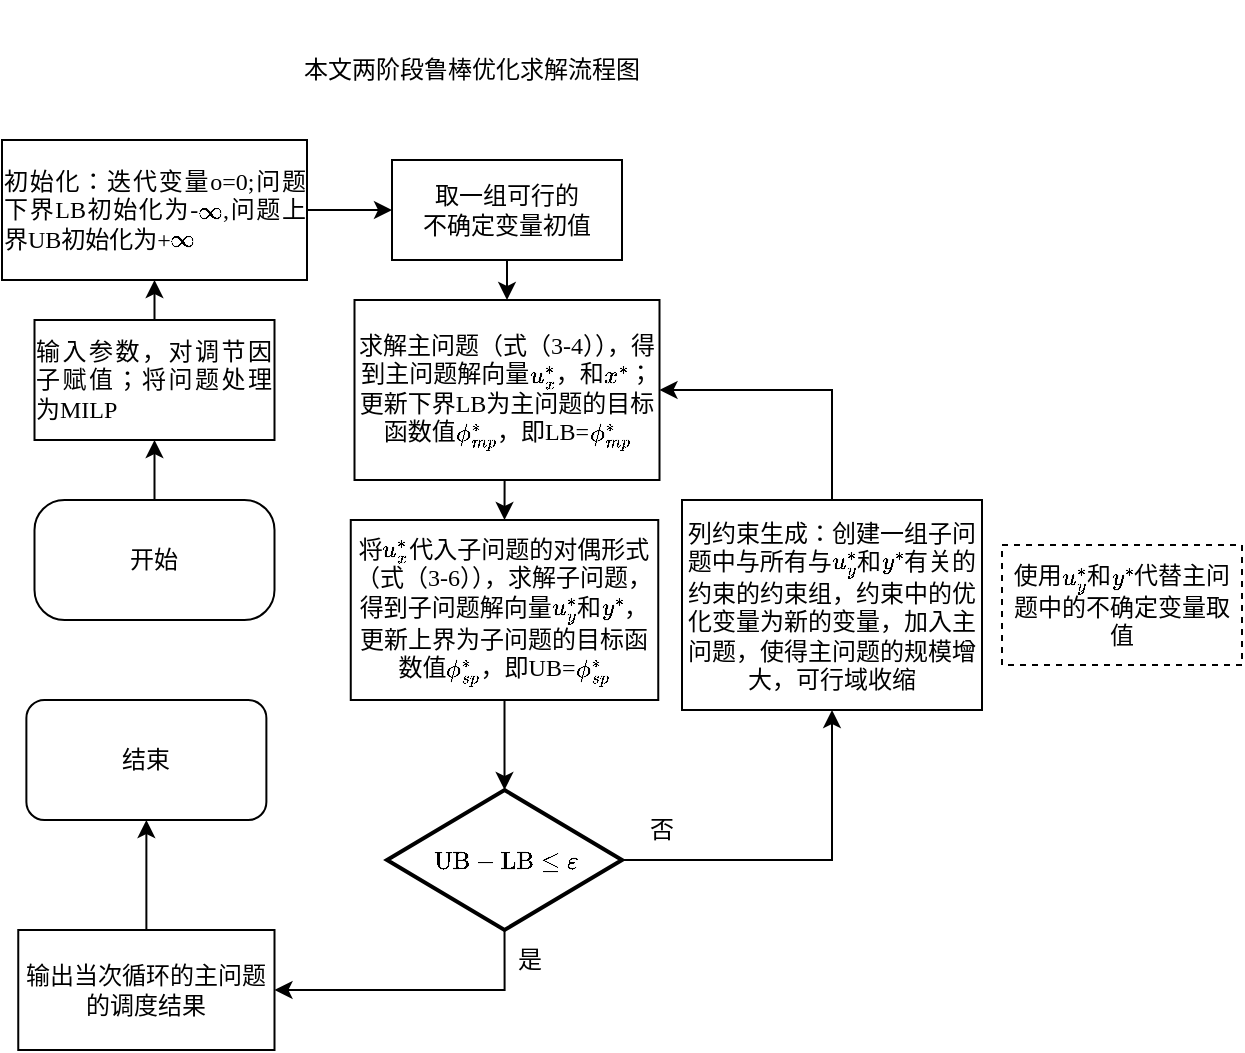
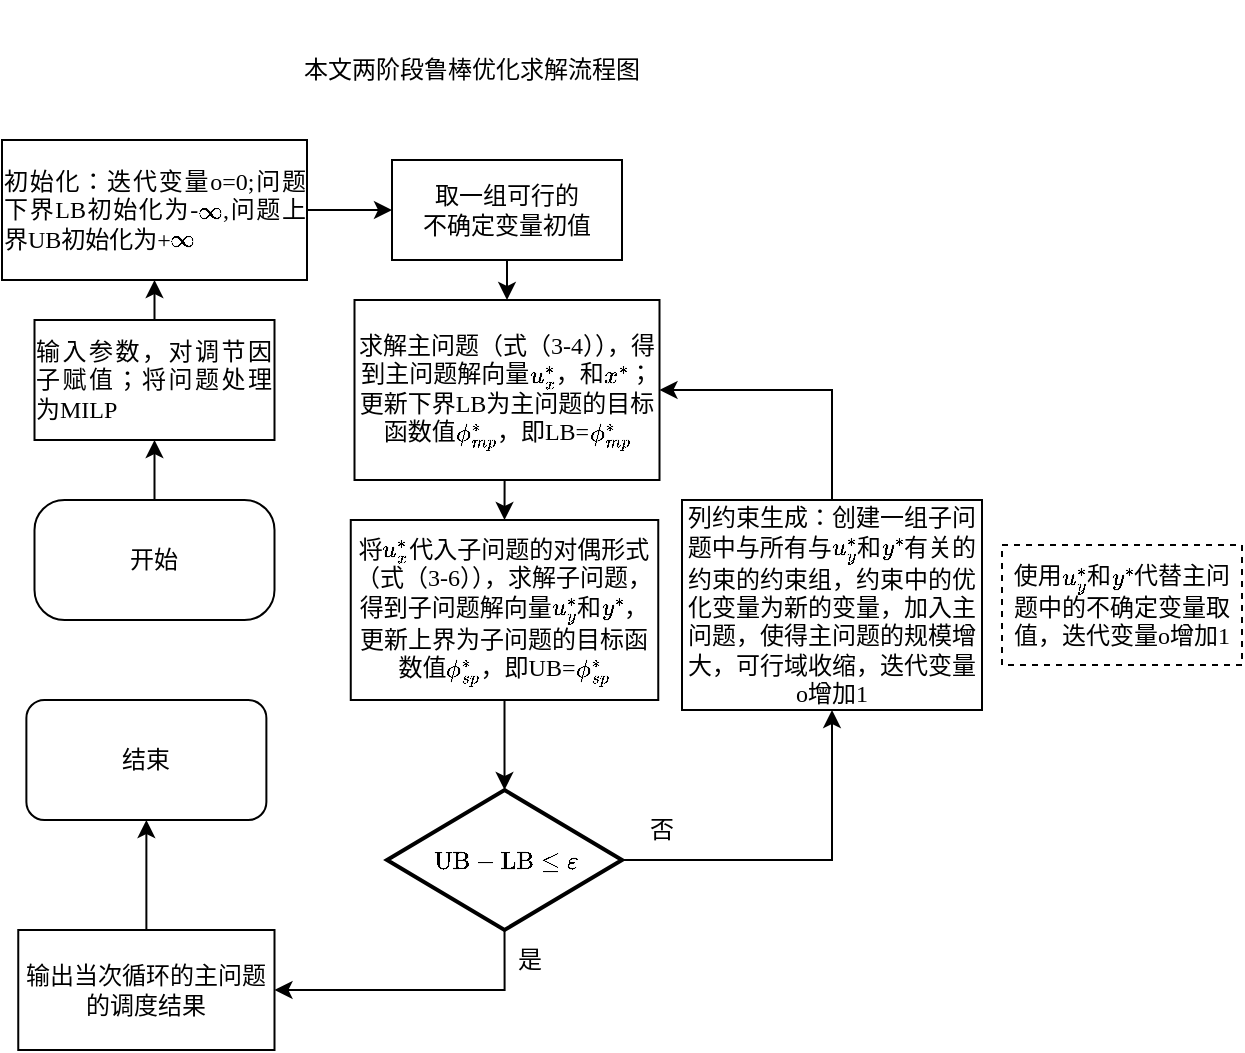
<mxfile host="app.diagrams.net" pages="2">
  <diagram name="第 1 页" id="YTGiBx9rFFHMN2bzSRFx">
-     <mxGraphModel dx="953" dy="589" grid="0" gridSize="10" guides="1" tooltips="1" connect="1" arrows="1" fold="1" page="1" pageScale="1" pageWidth="827" pageHeight="1169" math="1" shadow="0">
+     <mxGraphModel dx="938" dy="519" grid="0" gridSize="10" guides="1" tooltips="1" connect="1" arrows="1" fold="1" page="1" pageScale="1" pageWidth="827" pageHeight="1169" math="1" shadow="0">
      <root>
        <mxCell id="0" />
        <mxCell id="1" parent="0" />
        <mxCell id="LIODiAlKvlo4IzszYYSb-2" parent="1" style="rounded=1;whiteSpace=wrap;html=1;arcSize=25;align=center;" value="&lt;div style=&quot;&quot;&gt;&lt;span style=&quot;background-color: transparent; color: light-dark(rgb(0, 0, 0), rgb(255, 255, 255));&quot;&gt;开始&lt;/span&gt;&lt;/div&gt;" vertex="1">
          <mxGeometry height="60" width="120" x="166.25" y="540" as="geometry" />
        </mxCell>
        <mxCell id="LIODiAlKvlo4IzszYYSb-4" parent="1" style="text;html=1;whiteSpace=wrap;strokeColor=none;fillColor=none;align=center;verticalAlign=middle;rounded=0;" value="本文两阶段鲁棒优化求解流程图" vertex="1">
          <mxGeometry height="70" width="210" x="280" y="290" as="geometry" />
        </mxCell>
        <mxCell id="LIODiAlKvlo4IzszYYSb-9" edge="1" parent="1" source="LIODiAlKvlo4IzszYYSb-5" style="edgeStyle=orthogonalEdgeStyle;rounded=0;orthogonalLoop=1;jettySize=auto;html=1;exitX=0.5;exitY=0;exitDx=0;exitDy=0;entryX=0.5;entryY=1;entryDx=0;entryDy=0;" target="LIODiAlKvlo4IzszYYSb-7">
          <mxGeometry relative="1" as="geometry" />
        </mxCell>
        <mxCell id="LIODiAlKvlo4IzszYYSb-5" parent="1" style="rounded=0;whiteSpace=wrap;html=1;align=center;fontFamily=Helvetica;fontSize=12;fontColor=default;fontStyle=0;verticalAlign=middle;" value="&lt;div style=&quot;text-align: justify;&quot;&gt;&lt;span style=&quot;background-color: transparent; color: light-dark(rgb(0, 0, 0), rgb(255, 255, 255));&quot;&gt;&lt;font face=&quot;Times New Roman&quot;&gt;输入参数，对调节因子赋值；将问题处理为MILP&lt;/font&gt;&lt;/span&gt;&lt;/div&gt;" vertex="1">
          <mxGeometry height="60" width="120" x="166.25" y="450" as="geometry" />
        </mxCell>
        <mxCell id="LIODiAlKvlo4IzszYYSb-6" edge="1" parent="1" source="LIODiAlKvlo4IzszYYSb-2" style="endArrow=classic;html=1;rounded=0;exitX=0.5;exitY=0;exitDx=0;exitDy=0;entryX=0.5;entryY=1;entryDx=0;entryDy=0;" target="LIODiAlKvlo4IzszYYSb-5" value="">
          <mxGeometry height="50" relative="1" width="50" as="geometry">
            <mxPoint x="130" y="320" as="sourcePoint" />
            <mxPoint x="180" y="270" as="targetPoint" />
          </mxGeometry>
        </mxCell>
        <mxCell id="6dsWaw701zeCEMS-Wvkr-9" edge="1" parent="1" source="LIODiAlKvlo4IzszYYSb-7" style="edgeStyle=orthogonalEdgeStyle;rounded=0;orthogonalLoop=1;jettySize=auto;html=1;exitX=1;exitY=0.5;exitDx=0;exitDy=0;entryX=0;entryY=0.5;entryDx=0;entryDy=0;" target="6dsWaw701zeCEMS-Wvkr-8">
          <mxGeometry relative="1" as="geometry" />
        </mxCell>
        <mxCell id="LIODiAlKvlo4IzszYYSb-7" parent="1" style="rounded=0;whiteSpace=wrap;html=1;align=center;" value="&lt;div style=&quot;text-align: justify;&quot;&gt;&lt;span style=&quot;background-color: transparent; color: light-dark(rgb(0, 0, 0), rgb(255, 255, 255));&quot;&gt;&lt;font face=&quot;Times New Roman&quot;&gt;初始化：迭代变量o=0;问题下界LB初始化为-\(\infty\),问题上界UB初始化为+\(\infty\)&lt;/font&gt;&lt;/span&gt;&lt;/div&gt;" vertex="1">
          <mxGeometry height="70" width="152.5" x="150" y="360" as="geometry" />
        </mxCell>
        <mxCell id="6dsWaw701zeCEMS-Wvkr-11" edge="1" parent="1" source="6dsWaw701zeCEMS-Wvkr-1" style="edgeStyle=orthogonalEdgeStyle;rounded=0;orthogonalLoop=1;jettySize=auto;html=1;exitX=0.5;exitY=1;exitDx=0;exitDy=0;entryX=0.5;entryY=0;entryDx=0;entryDy=0;" target="6dsWaw701zeCEMS-Wvkr-3">
          <mxGeometry relative="1" as="geometry" />
        </mxCell>
        <mxCell id="6dsWaw701zeCEMS-Wvkr-1" parent="1" style="rounded=0;whiteSpace=wrap;html=1;" value="&lt;font face=&quot;Times New Roman&quot;&gt;求解主问题（式（3-4）），得到主问题&lt;span style=&quot;background-color: transparent; color: light-dark(rgb(0, 0, 0), rgb(255, 255, 255));&quot;&gt;解向量\(u_{x}^{*}\)，和\(x^{*}\)；更新下界LB为&lt;/span&gt;&lt;span style=&quot;background-color: transparent; color: light-dark(rgb(0, 0, 0), rgb(255, 255, 255));&quot;&gt;主问题的目标函数值\({\phi_{mp}^{\mathrm{*}}}\)，即LB=\({{\phi}_{mp}^{\mathrm{*}}}\)&lt;/span&gt;&lt;/font&gt;" vertex="1">
          <mxGeometry height="90" width="152.5" x="326.25" y="440" as="geometry" />
        </mxCell>
        <mxCell id="6dsWaw701zeCEMS-Wvkr-3" parent="1" style="rounded=0;whiteSpace=wrap;html=1;" value="&lt;font face=&quot;Times New Roman&quot;&gt;将\(u_{x}^{*}\)代入子问题的对偶形式（式（3-6）），求解子问题，得到子问题解向量\(u_{y}^{*}\)和\(y^{*}\)，更新上界为子问题的目标函数值\(\phi_{sp}^{*}\)，即UB=\(\phi_{sp}^{*}\)&lt;/font&gt;" vertex="1">
          <mxGeometry height="90" width="153.75" x="324.38" y="550" as="geometry" />
        </mxCell>
        <mxCell id="6dsWaw701zeCEMS-Wvkr-10" edge="1" parent="1" source="6dsWaw701zeCEMS-Wvkr-8" style="edgeStyle=orthogonalEdgeStyle;rounded=0;orthogonalLoop=1;jettySize=auto;html=1;exitX=0.5;exitY=1;exitDx=0;exitDy=0;entryX=0.5;entryY=0;entryDx=0;entryDy=0;" target="6dsWaw701zeCEMS-Wvkr-1">
          <mxGeometry relative="1" as="geometry" />
        </mxCell>
        <mxCell id="6dsWaw701zeCEMS-Wvkr-8" parent="1" style="rounded=0;whiteSpace=wrap;html=1;" value="&lt;span style=&quot;white-space: nowrap;&quot;&gt;&lt;font face=&quot;Times New Roman&quot;&gt;取一组可行的&lt;/font&gt;&lt;/span&gt;&lt;div&gt;&lt;span style=&quot;white-space: nowrap;&quot;&gt;&lt;font face=&quot;Times New Roman&quot;&gt;不确定变量初值&lt;/font&gt;&lt;/span&gt;&lt;/div&gt;" vertex="1">
          <mxGeometry height="50" width="115" x="345" y="370" as="geometry" />
        </mxCell>
        <mxCell id="6dsWaw701zeCEMS-Wvkr-17" edge="1" parent="1" source="6dsWaw701zeCEMS-Wvkr-14" style="edgeStyle=orthogonalEdgeStyle;rounded=0;orthogonalLoop=1;jettySize=auto;html=1;exitX=0.5;exitY=1;exitDx=0;exitDy=0;exitPerimeter=0;entryX=1;entryY=0.5;entryDx=0;entryDy=0;" target="6dsWaw701zeCEMS-Wvkr-16">
          <mxGeometry relative="1" as="geometry" />
        </mxCell>
        <mxCell id="6dsWaw701zeCEMS-Wvkr-19" edge="1" parent="1" source="6dsWaw701zeCEMS-Wvkr-14" style="edgeStyle=orthogonalEdgeStyle;rounded=0;orthogonalLoop=1;jettySize=auto;html=1;exitX=1;exitY=0.5;exitDx=0;exitDy=0;exitPerimeter=0;curved=0;entryX=0.5;entryY=1;entryDx=0;entryDy=0;" target="6dsWaw701zeCEMS-Wvkr-20">
          <mxGeometry relative="1" as="geometry">
            <mxPoint x="600" y="660" as="targetPoint" />
          </mxGeometry>
        </mxCell>
        <mxCell id="6dsWaw701zeCEMS-Wvkr-14" parent="1" style="strokeWidth=2;html=1;shape=mxgraph.flowchart.decision;whiteSpace=wrap;" value="&lt;font face=&quot;Times New Roman&quot;&gt;\(\mathrm{UB} -\mathrm{ LB} \leq \varepsilon\)&lt;/font&gt;" vertex="1">
          <mxGeometry height="70" width="117.5" x="342.51" y="685" as="geometry" />
        </mxCell>
        <mxCell id="6dsWaw701zeCEMS-Wvkr-15" edge="1" parent="1" source="6dsWaw701zeCEMS-Wvkr-3" style="edgeStyle=orthogonalEdgeStyle;rounded=0;orthogonalLoop=1;jettySize=auto;html=1;exitX=0.5;exitY=1;exitDx=0;exitDy=0;entryX=0.5;entryY=0;entryDx=0;entryDy=0;entryPerimeter=0;" target="6dsWaw701zeCEMS-Wvkr-14">
          <mxGeometry relative="1" as="geometry" />
        </mxCell>
        <mxCell id="6dsWaw701zeCEMS-Wvkr-24" edge="1" parent="1" source="6dsWaw701zeCEMS-Wvkr-16" style="edgeStyle=orthogonalEdgeStyle;rounded=0;orthogonalLoop=1;jettySize=auto;html=1;exitX=0.5;exitY=0;exitDx=0;exitDy=0;entryX=0.5;entryY=1;entryDx=0;entryDy=0;" target="6dsWaw701zeCEMS-Wvkr-23">
          <mxGeometry relative="1" as="geometry" />
        </mxCell>
        <mxCell id="6dsWaw701zeCEMS-Wvkr-16" parent="1" style="whiteSpace=wrap;html=1;" value="输出当次循环的主问题的调度结果" vertex="1">
          <mxGeometry height="60" width="128.12" x="158.13" y="755" as="geometry" />
        </mxCell>
        <mxCell id="6dsWaw701zeCEMS-Wvkr-18" parent="1" style="text;html=1;whiteSpace=wrap;strokeColor=none;fillColor=none;align=center;verticalAlign=middle;rounded=0;" value="是" vertex="1">
          <mxGeometry height="30" width="60" x="384" y="755" as="geometry" />
        </mxCell>
        <mxCell id="6dsWaw701zeCEMS-Wvkr-22" edge="1" parent="1" source="6dsWaw701zeCEMS-Wvkr-20" style="edgeStyle=orthogonalEdgeStyle;rounded=0;orthogonalLoop=1;jettySize=auto;html=1;exitX=0.5;exitY=0;exitDx=0;exitDy=0;entryX=1;entryY=0.5;entryDx=0;entryDy=0;" target="6dsWaw701zeCEMS-Wvkr-1">
          <mxGeometry relative="1" as="geometry" />
        </mxCell>
-         <mxCell id="6dsWaw701zeCEMS-Wvkr-20" parent="1" style="whiteSpace=wrap;html=1;" value="&lt;font face=&quot;Times New Roman&quot;&gt;列约束生成：创建一组子问题中与所有与\(u_{y}^{*}\)和\(y^{*}\)有关的约束的约束组，约束中的优化变量为新的变量，加入主问题，使得主问题的规模增大，可行域收缩&lt;/font&gt;" vertex="1">
+         <mxCell id="6dsWaw701zeCEMS-Wvkr-20" parent="1" style="whiteSpace=wrap;html=1;" value="&lt;font face=&quot;Times New Roman&quot;&gt;列约束生成：创建一组子问题中与所有与\(u_{y}^{*}\)和\(y^{*}\)有关的约束的约束组，约束中的优化变量为新的变量，加入主问题，使得主问题的规模增大，可行域收缩，迭代变量o增加1&lt;/font&gt;" vertex="1">
          <mxGeometry height="105" width="150" x="490" y="540" as="geometry" />
        </mxCell>
        <mxCell id="6dsWaw701zeCEMS-Wvkr-21" parent="1" style="text;html=1;whiteSpace=wrap;strokeColor=none;fillColor=none;align=center;verticalAlign=middle;rounded=0;" value="否" vertex="1">
          <mxGeometry height="30" width="60" x="450" y="690" as="geometry" />
        </mxCell>
        <mxCell id="6dsWaw701zeCEMS-Wvkr-23" parent="1" style="rounded=1;whiteSpace=wrap;html=1;" value="结束" vertex="1">
          <mxGeometry height="60" width="120" x="162.19" y="640" as="geometry" />
        </mxCell>
-         <mxCell id="6dsWaw701zeCEMS-Wvkr-25" parent="1" style="rounded=0;whiteSpace=wrap;html=1;dashed=1;" value="使用&lt;span style=&quot;font-family: &amp;quot;Times New Roman&amp;quot;;&quot;&gt;\(u_{y}^{*}\)和\(y^{*}\)代替主问题中的不确定变量取值&lt;/span&gt;" vertex="1">
+         <mxCell id="6dsWaw701zeCEMS-Wvkr-25" parent="1" style="rounded=0;whiteSpace=wrap;html=1;dashed=1;" value="使用&lt;span style=&quot;font-family: &amp;quot;Times New Roman&amp;quot;;&quot;&gt;\(u_{y}^{*}\)和\(y^{*}\)代替主问题中的不确定变量取值，迭代变量o增加1&lt;/span&gt;" vertex="1">
          <mxGeometry height="60" width="120" x="650" y="562.5" as="geometry" />
        </mxCell>
      </root>
    </mxGraphModel>
  </diagram>
  <diagram id="iKvbYWceXgB0yTkY31m5" name="第 2 页">
    <mxGraphModel dx="953" dy="623" grid="1" gridSize="10" guides="1" tooltips="1" connect="1" arrows="1" fold="1" page="1" pageScale="1" pageWidth="827" pageHeight="1169" math="0" shadow="0">
      <root>
        <mxCell id="0" />
        <mxCell id="1" parent="0" />
      </root>
    </mxGraphModel>
  </diagram>
</mxfile>
